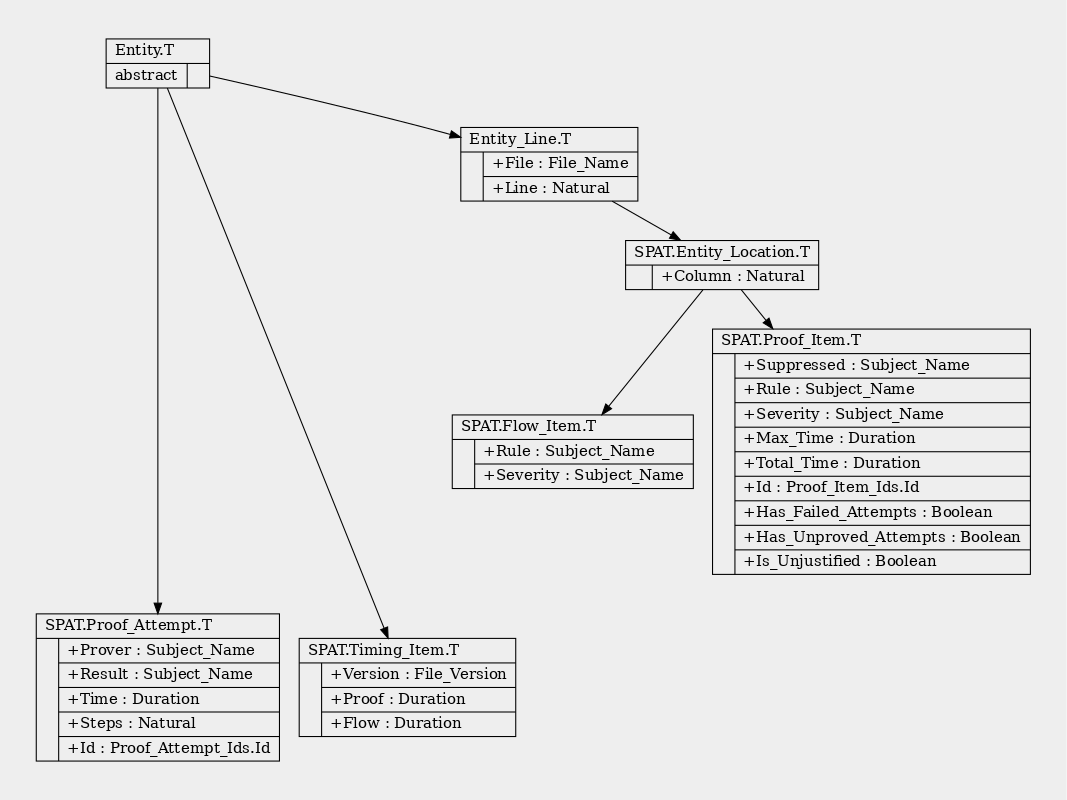
HeisenbugLtd/spat keeps this Graphviz diagram as doc/inheritance-tree.png. Above is the earlier version. Its source is kept beside it as doc/inheritance-tree.dot.
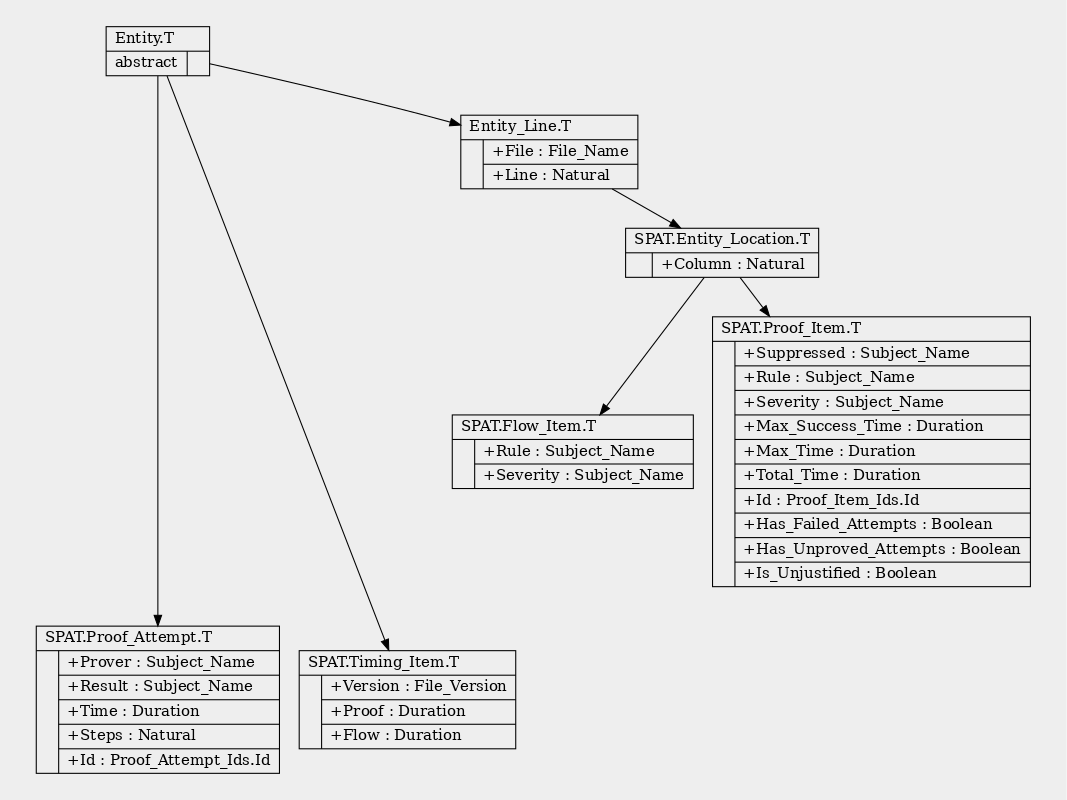
Later version of the same file.

Commit message:
* Updated inheritance tree.

Diff of the diagram source:
```diff
@@ -10,10 +10,9 @@
   "SPAT.Entity_Line.T"     [label="{Entity_Line.T\l|{|{+File : File_Name\l|+Line : Natural\l}}}"];
   "SPAT.Entity_Location.T" [label="{SPAT.Entity_Location.T\l|{|{+Column : Natural\l}}}"];
   "SPAT.Flow_Item.T"       [label="{SPAT.Flow_Item.T\l|{|{+Rule : Subject_Name\l|+Severity : Subject_Name\l}}}"];
-  "SPAT.Proof_Item.T"      [label="{SPAT.Proof_Item.T\l|{|{+Suppressed : Subject_Name\l|+Rule : Subject_Name\l|+Severity : Subject_Name\l|+Max_Time : Duration\l|+Total_Time : Duration\l|+Id : Proof_Item_Ids.Id\l|+Has_Failed_Attempts : Boolean\l|+Has_Unproved_Attempts : Boolean\l|+Is_Unjustified : Boolean\l}}}"];
+  "SPAT.Proof_Item.T"      [label="{SPAT.Proof_Item.T\l|{|{+Suppressed : Subject_Name\l|+Rule : Subject_Name\l|+Severity : Subject_Name\l|+Max_Success_Time : Duration\l|+Max_Time : Duration\l|+Total_Time : Duration\l|+Id : Proof_Item_Ids.Id\l|+Has_Failed_Attempts : Boolean\l|+Has_Unproved_Attempts : Boolean\l|+Is_Unjustified : Boolean\l}}}"];
   "SPAT.Proof_Attempt.T"   [label="{SPAT.Proof_Attempt.T\l|{|{+Prover : Subject_Name\l|+Result : Subject_Name\l|+Time : Duration\l|+Steps : Natural\l|+Id : Proof_Attempt_Ids.Id}}}"];
   "SPAT.Timing_Item.T"     [label="{SPAT.Timing_Item.T\l|{|{+Version : File_Version\l|+Proof : Duration\l|+Flow : Duration\l}}}"];
-
 
   "dummy" [style="invis"];
 
```
